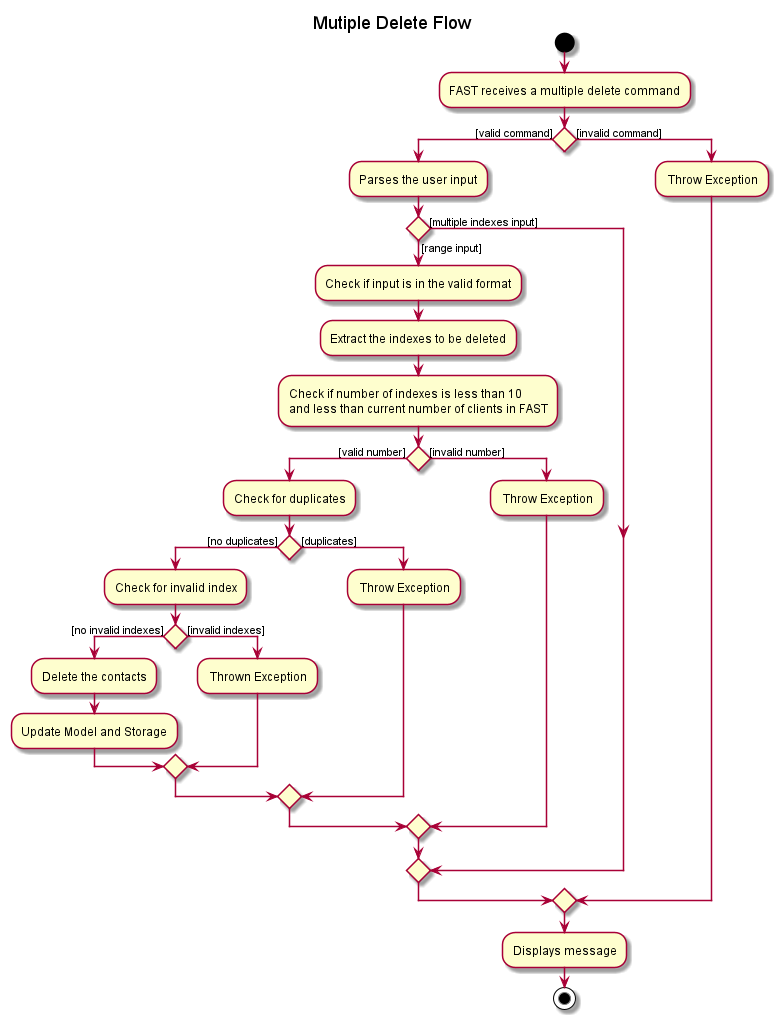
The PlantUML diagram docs/images/MultipleDeleteActivityDiagram.png in nus-cs2103-AY2122S1/tp, before a commit. Its diagram source:
```plantuml
@startuml

title Mutiple Delete Flow

start
:FAST receives a multiple delete command;
if () then ([valid command])
:Parses the user input;
if () then ([range input])
:Check if input is in the valid format;
:Extract the indexes to be deleted;
:Check if number of indexes is less than 10
and less than current number of clients in FAST;
if () then ([valid number])
:Check for duplicates;
if () then ([no duplicates])
:Check for invalid index;
if () then ([no invalid indexes])
:Delete the contacts;
:Update Model and Storage;
else ([invalid indexes])
- Thrown Exception
endif
else ([duplicates])
- Throw Exception
endif
else ([invalid number])
- Throw Exception
endif
else ([multiple indexes input])
endif
else ([invalid command])
- Throw Exception
endif
:Displays message;
stop

@enduml
```
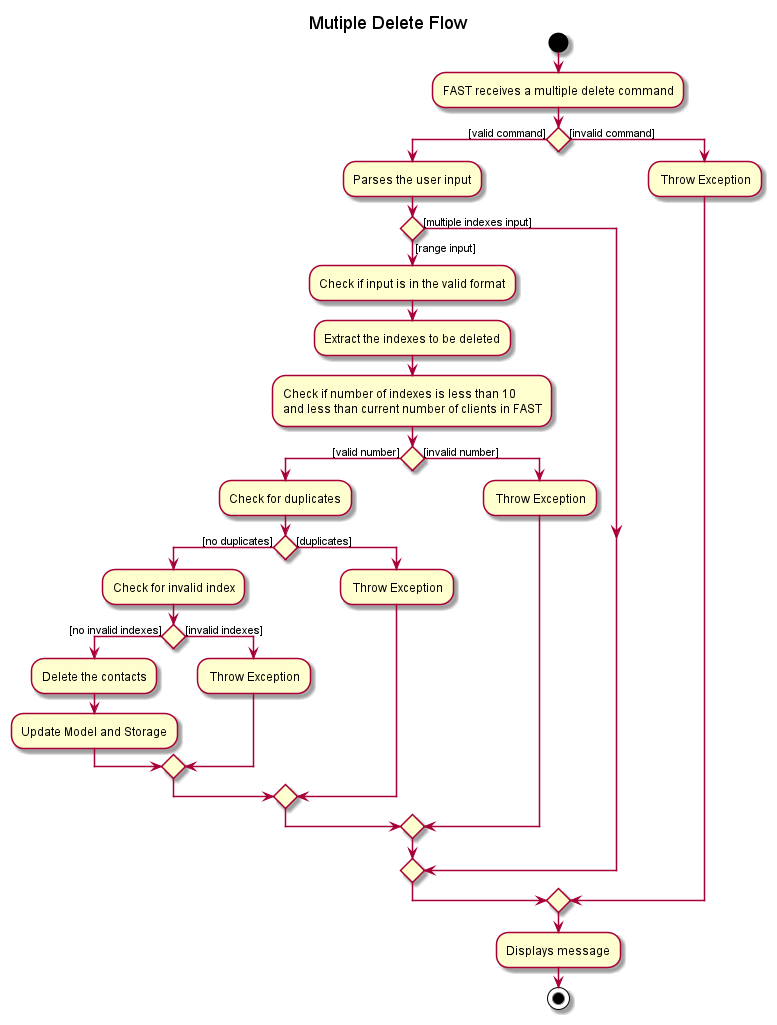
The same file after the commit.

Commit message:
Fix typo in UML

Diff of the diagram source:
```diff
@@ -19,7 +19,7 @@
 :Delete the contacts;
 :Update Model and Storage;
 else ([invalid indexes])
-- Thrown Exception
+- Throw Exception
 endif
 else ([duplicates])
 - Throw Exception
```
